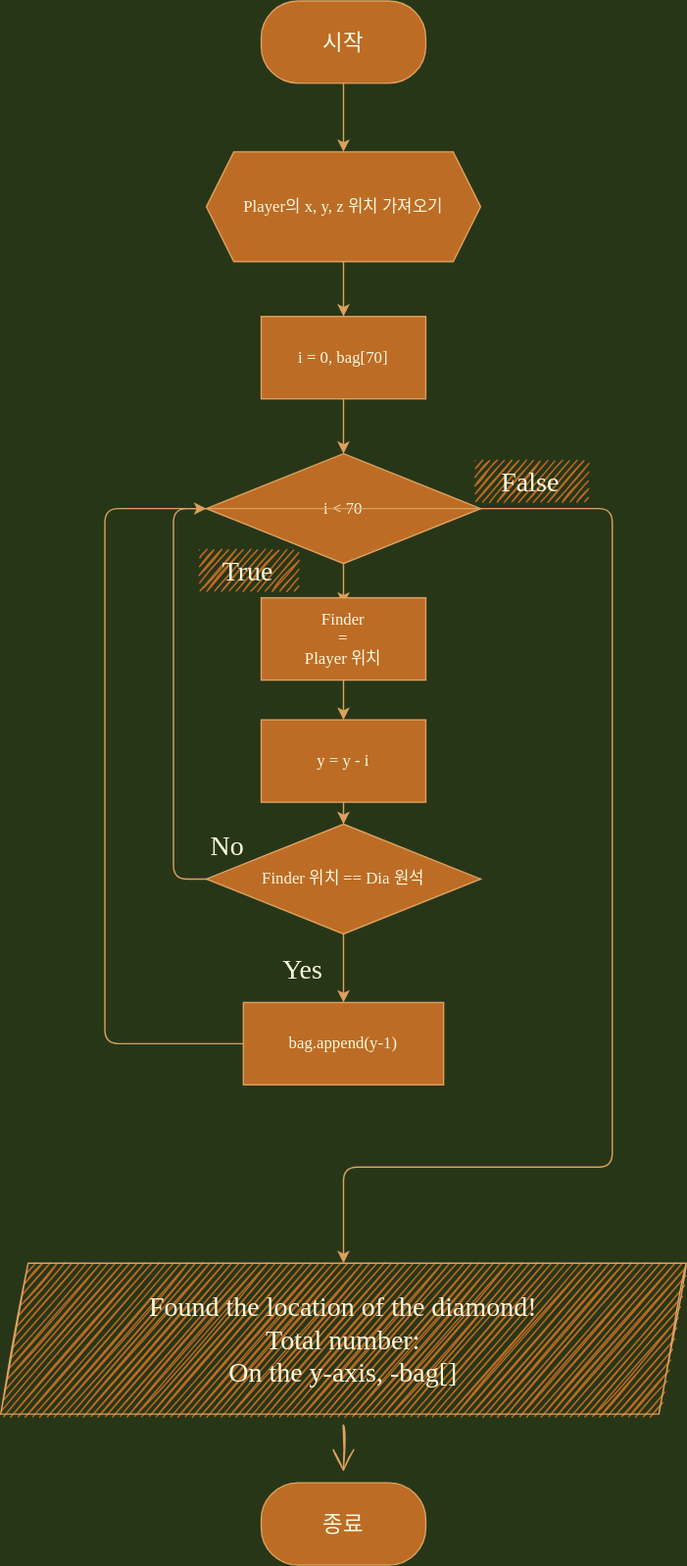
Above: Algorithm/finding_dia.drawio.svg in Xe-Kinesis/Minecraft-Python (draw.io), before the change. Source tidied: cells renumbered, new cells last; positions are measured from the earlier drawing's top-left corner, leaving out a move shared by most shapes.
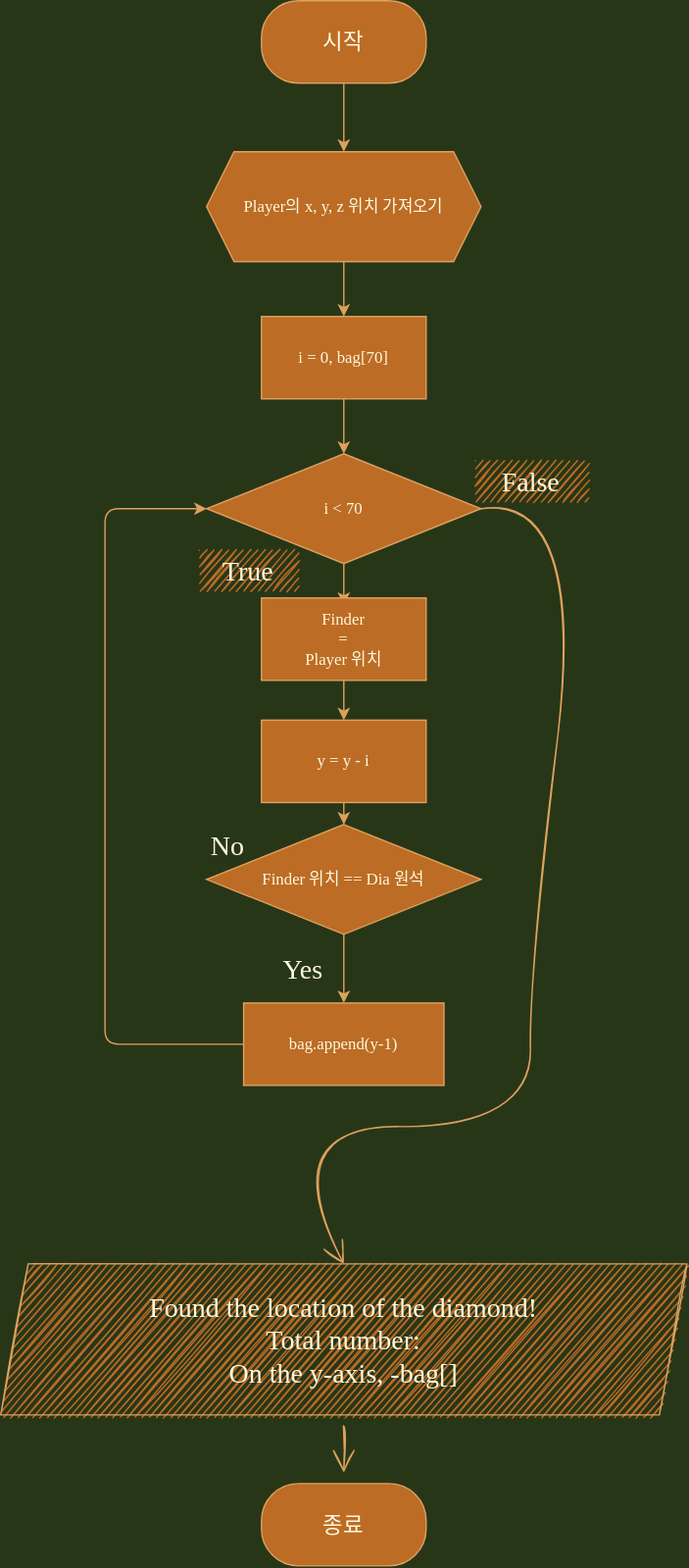
Later version of the same file.

The edit, as a diff of the source:
```diff
@@ -29,6 +29,16 @@
         </Array>
       </mxGeometry>
     </mxCell>
+    <mxCell id="26" style="edgeStyle=none;curved=1;rounded=1;sketch=1;jettySize=auto;html=1;exitX=1;exitY=0.5;exitDx=0;exitDy=0;entryX=0.5;entryY=0;entryDx=0;entryDy=0;fontFamily=어그로체;fontSource=https%3A%2F%2Fcdn.jsdelivr.net%2Fgh%2Fprojectnoonnu%2Fnoonfonts_2108%401.1%2FSBAggroB.woff;fontSize=16;fontColor=#FEFAE0;endArrow=open;startSize=14;endSize=14;sourcePerimeterSpacing=8;targetPerimeterSpacing=8;strokeColor=#DDA15E;fillColor=#BC6C25;" parent="1" edge="1" source="9" target="22">
+      <mxGeometry relative="1" as="geometry">
+        <Array as="points">
+          <mxPoint x="426" y="360" />
+          <mxPoint x="386" y="710" />
+          <mxPoint x="386" y="820" />
+          <mxPoint x="196" y="820" />
+        </Array>
+      </mxGeometry>
+    </mxCell>
     <mxCell id="9" value="i &amp;lt; 70" style="rhombus;whiteSpace=wrap;html=1;rounded=0;fontFamily=어그로체;fontSource=https%3A%2F%2Fcdn.jsdelivr.net%2Fgh%2Fprojectnoonnu%2Fnoonfonts_2108%401.1%2FSBAggroB.woff;fontColor=#FEFAE0;strokeColor=#DDA15E;fillColor=#BC6C25;sketch=0;" parent="1" vertex="1">
       <mxGeometry x="150" y="330" width="200" height="80" as="geometry" />
     </mxCell>
@@ -41,17 +51,6 @@
     <mxCell id="12" style="edgeStyle=orthogonalEdgeStyle;curved=0;rounded=1;sketch=0;jettySize=auto;html=1;fontFamily=어그로체;fontSource=https%3A%2F%2Fcdn.jsdelivr.net%2Fgh%2Fprojectnoonnu%2Fnoonfonts_2108%401.1%2FSBAggroB.woff;fontColor=#FEFAE0;strokeColor=#DDA15E;labelBackgroundColor=#283618;" parent="1" edge="1" source="14" target="18">
       <mxGeometry relative="1" as="geometry" />
     </mxCell>
-    <mxCell id="13" style="edgeStyle=orthogonalEdgeStyle;curved=0;rounded=1;sketch=0;jettySize=auto;html=1;fontFamily=어그로체;fontSource=https%3A%2F%2Fcdn.jsdelivr.net%2Fgh%2Fprojectnoonnu%2Fnoonfonts_2108%401.1%2FSBAggroB.woff;fontColor=#FEFAE0;strokeColor=#DDA15E;exitX=1;exitY=0.5;exitDx=0;exitDy=0;labelBackgroundColor=#283618;" parent="1" edge="1" source="14">
-      <mxGeometry relative="1" as="geometry">
-        <mxPoint x="250" y="920" as="targetPoint" />
-        <Array as="points">
-          <mxPoint x="126" y="640" />
-          <mxPoint x="126" y="370" />
-          <mxPoint x="446" y="370" />
-          <mxPoint x="446" y="850" />
-        </Array>
-      </mxGeometry>
-    </mxCell>
     <mxCell id="14" value="Finder 위치 == Dia 원석" style="rhombus;whiteSpace=wrap;html=1;rounded=0;fontFamily=어그로체;fontSource=https%3A%2F%2Fcdn.jsdelivr.net%2Fgh%2Fprojectnoonnu%2Fnoonfonts_2108%401.1%2FSBAggroB.woff;fontColor=#FEFAE0;strokeColor=#DDA15E;fillColor=#BC6C25;sketch=0;" parent="1" vertex="1">
       <mxGeometry x="150" y="600" width="200" height="80" as="geometry" />
     </mxCell>
```
